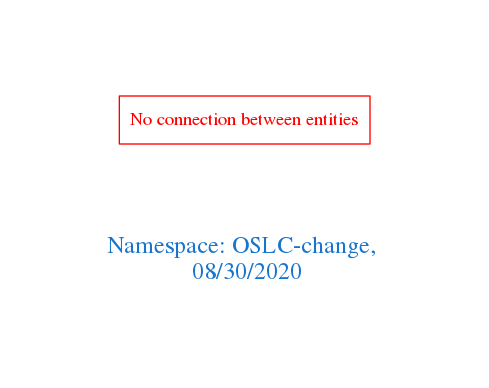
Before: downloads/OSLC-change.png, a diagram exported from Graphviz (arago/OGIT). Its source is kept beside it as downloads/OSLC-change.dot.
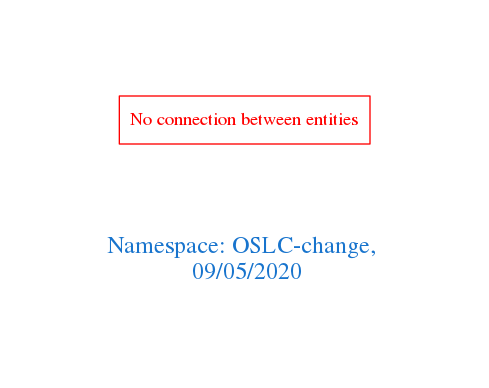
The same file after the commit.

What changed in the source:
```diff
@@ -1,7 +1,7 @@
 digraph OGIT_ontology {
  graph [ rankdir= LR,pad=1
 fontsize = 18,
-fontcolor= dodgerblue3,label = "\n\n\nNamespace: OSLC-change, \n 08/30/2020"];
+fontcolor= dodgerblue3,label = "\n\n\nNamespace: OSLC-change, \n 09/05/2020"];
 node[shape=polygon];
 edge [  color="gray81"];
 
```
